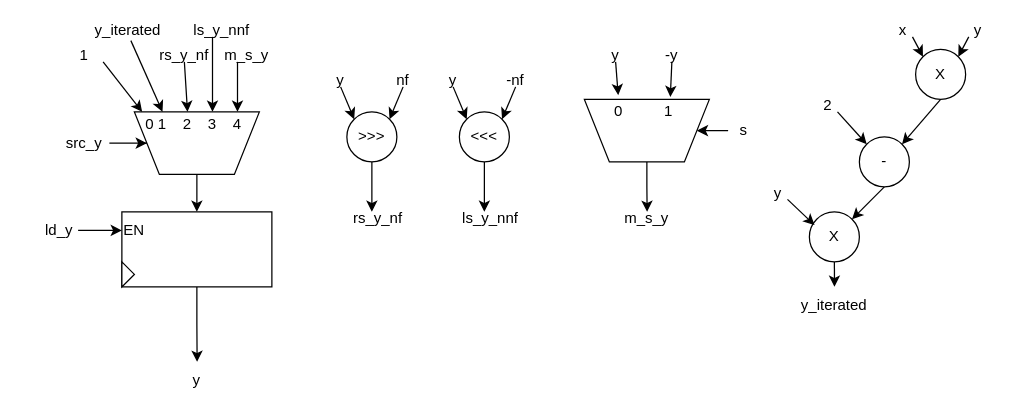
Above: DataPath_reg_y.drawio in 0xByteRush/COE302 (draw.io), before the change. Source tidied: cells renumbered, new cells numbered last; positions are measured from the earlier drawing's top-left corner, leaving out a move shared by most shapes. Both pictures are drawn from the tidied source at 125%, with x=0, y=0 at pixel (21, 24).
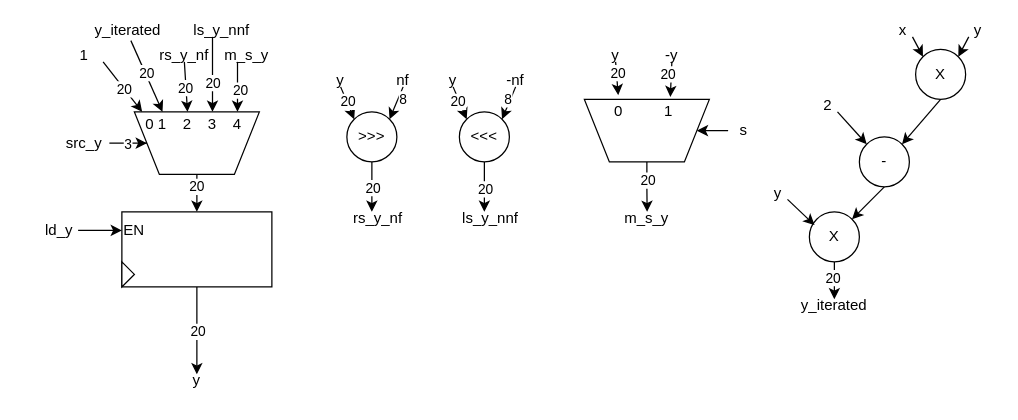
After the change.

The change refers to these unchanged cells:
```xml
<mxCell id="3" style="rounded=0;whiteSpace=wrap;html=1;" parent="1" vertex="1">
  <mxGeometry x="80" y="150" width="120" height="60" as="geometry" />
</mxCell>
<mxCell id="9" style="edgeStyle=orthogonalEdgeStyle;rounded=0;jettySize=auto;html=1;exitX=0.5;exitY=0;exitDx=0;exitDy=0;entryX=0.5;entryY=0;entryDx=0;entryDy=0;" parent="1" edge="1" source="10" target="3">
  <mxGeometry relative="1" as="geometry" />
</mxCell>
<mxCell id="11" style="edgeStyle=orthogonalEdgeStyle;rounded=0;jettySize=auto;html=1;exitX=1;exitY=0.5;exitDx=0;exitDy=0;" parent="1" edge="1" source="12" target="10">
  <mxGeometry relative="1" as="geometry" />
</mxCell>
<mxCell id="13" style="rounded=0;jettySize=auto;html=1;entryX=0.5;entryY=0;entryDx=0;entryDy=0;exitX=0.573;exitY=1.3;exitDx=0;exitDy=0;exitPerimeter=0;" parent="1" edge="1" source="64" target="14">
  <mxGeometry relative="1" as="geometry" />
</mxCell>
<mxCell id="18" style="edgeStyle=orthogonalEdgeStyle;rounded=0;jettySize=auto;html=1;exitX=0.5;exitY=1;exitDx=0;exitDy=0;" parent="1" edge="1" source="19">
  <mxGeometry relative="1" as="geometry">
    <mxPoint x="280" y="150" as="targetPoint" />
  </mxGeometry>
</mxCell>
<mxCell id="20" style="rounded=0;jettySize=auto;html=1;exitX=0.5;exitY=1;exitDx=0;exitDy=0;entryX=0;entryY=0;entryDx=0;entryDy=0;" parent="1" edge="1" source="21" target="19">
  <mxGeometry relative="1" as="geometry" />
</mxCell>
<mxCell id="22" style="rounded=0;jettySize=auto;html=1;exitX=0.5;exitY=1;exitDx=0;exitDy=0;entryX=1;entryY=0;entryDx=0;entryDy=0;" parent="1" edge="1" source="23" target="19">
  <mxGeometry relative="1" as="geometry" />
</mxCell>
<mxCell id="24" style="rounded=0;jettySize=auto;html=1;exitX=0.5;exitY=1;exitDx=0;exitDy=0;entryX=0.5;entryY=0;entryDx=0;entryDy=0;" parent="1" edge="1" source="25" target="15">
  <mxGeometry relative="1" as="geometry" />
</mxCell>
<mxCell id="27" style="edgeStyle=orthogonalEdgeStyle;rounded=0;jettySize=auto;html=1;exitX=0.5;exitY=1;exitDx=0;exitDy=0;" parent="1" edge="1" source="28">
  <mxGeometry relative="1" as="geometry">
    <mxPoint x="370" y="150" as="targetPoint" />
  </mxGeometry>
</mxCell>
<mxCell id="29" style="rounded=0;jettySize=auto;html=1;exitX=0.5;exitY=1;exitDx=0;exitDy=0;entryX=0;entryY=0;entryDx=0;entryDy=0;" parent="1" edge="1" source="30" target="28">
  <mxGeometry relative="1" as="geometry" />
</mxCell>
<mxCell id="31" style="rounded=0;jettySize=auto;html=1;exitX=0.5;exitY=1;exitDx=0;exitDy=0;entryX=1;entryY=0;entryDx=0;entryDy=0;" parent="1" edge="1" source="32" target="28">
  <mxGeometry relative="1" as="geometry" />
</mxCell>
<mxCell id="34" style="edgeStyle=orthogonalEdgeStyle;rounded=0;jettySize=auto;html=1;exitX=0.25;exitY=1;exitDx=0;exitDy=0;entryX=0.5;entryY=0;entryDx=0;entryDy=0;" parent="1" edge="1" source="35" target="16">
  <mxGeometry relative="1" as="geometry" />
</mxCell>
<mxCell id="36" style="edgeStyle=orthogonalEdgeStyle;rounded=0;jettySize=auto;html=1;exitX=0.5;exitY=0;exitDx=0;exitDy=0;" parent="1" edge="1" source="37">
  <mxGeometry relative="1" as="geometry">
    <mxPoint x="500.2" y="150" as="targetPoint" />
  </mxGeometry>
</mxCell>
<mxCell id="39" style="edgeStyle=orthogonalEdgeStyle;rounded=0;jettySize=auto;html=1;exitX=0.25;exitY=1;exitDx=0;exitDy=0;entryX=0.5;entryY=0;entryDx=0;entryDy=0;" parent="1" edge="1" source="40" target="17">
  <mxGeometry relative="1" as="geometry" />
</mxCell>
<mxCell id="46" style="rounded=0;jettySize=auto;html=1;exitX=0.5;exitY=1;exitDx=0;exitDy=0;entryX=0.482;entryY=-0.17;entryDx=0;entryDy=0;entryPerimeter=0;" parent="1" edge="1" source="45" target="43">
  <mxGeometry relative="1" as="geometry" />
</mxCell>
<mxCell id="48" style="rounded=0;jettySize=auto;html=1;exitX=0.5;exitY=1;exitDx=0;exitDy=0;entryX=0.55;entryY=-0.096;entryDx=0;entryDy=0;entryPerimeter=0;" parent="1" edge="1" source="47" target="44">
  <mxGeometry relative="1" as="geometry" />
</mxCell>
<mxCell id="52" value="X" style="ellipse;whiteSpace=wrap;html=1;" parent="1" vertex="1">
  <mxGeometry x="630" y="150" width="40" height="40" as="geometry" />
</mxCell>
<mxCell id="63" value="y_iterated" style="text;html=1;whiteSpace=wrap;strokeColor=none;fillColor=none;align=center;verticalAlign=middle;rounded=0;" parent="1" vertex="1">
  <mxGeometry x="635" y="220" width="30" height="10" as="geometry" />
</mxCell>
<mxCell id="66" style="rounded=0;jettySize=auto;html=1;exitX=1;exitY=1;exitDx=0;exitDy=0;entryX=0.25;entryY=0;entryDx=0;entryDy=0;" parent="1" edge="1" source="67" target="65">
  <mxGeometry relative="1" as="geometry" />
</mxCell>
```

Diff of the diagram source:
```diff
@@
-    <mxCell id="2" style="edgeStyle=orthogonalEdgeStyle;rounded=0;jettySize=auto;html=1;exitX=0.5;exitY=1;exitDx=0;exitDy=0;" parent="1" edge="1" source="3">
-      <mxGeometry relative="1" as="geometry">
-        <mxPoint x="140.2" y="270" as="targetPoint" />
-      </mxGeometry>
-    </mxCell>
@@
+    <mxCell id="68" value="20" style="edgeLabel;html=1;align=center;verticalAlign=middle;" parent="9" vertex="1">
+      <mxGeometry x="-0.39" y="-1" relative="1" as="geometry" />
+    </mxCell>
@@
+    <mxCell id="69" value="3" style="edgeLabel;html=1;align=center;verticalAlign=middle;" parent="11" vertex="1">
+      <mxGeometry x="-0.11" relative="1" as="geometry" />
+    </mxCell>
@@
+    <mxCell id="70" value="20" style="edgeLabel;html=1;align=center;verticalAlign=middle;" parent="13" vertex="1">
+      <mxGeometry x="-0.09" y="1" relative="1" as="geometry" />
+    </mxCell>
@@
+    <mxCell id="71" value="20" style="edgeLabel;html=1;align=center;verticalAlign=middle;" parent="18" vertex="1">
+      <mxGeometry x="0.02" relative="1" as="geometry" />
+    </mxCell>
@@
+    <mxCell id="72" value="20" style="edgeLabel;html=1;align=center;verticalAlign=middle;" parent="20" vertex="1">
+      <mxGeometry x="-0.05" relative="1" as="geometry" />
+    </mxCell>
@@
+    <mxCell id="73" value="8" style="edgeLabel;html=1;align=center;verticalAlign=middle;" parent="22" vertex="1">
+      <mxGeometry x="-0.35" y="3" relative="1" as="geometry" />
+    </mxCell>
@@
+    <mxCell id="74" value="20" style="edgeLabel;html=1;align=center;verticalAlign=middle;" parent="24" vertex="1">
+      <mxGeometry x="-0.02" y="-1" relative="1" as="geometry" />
+    </mxCell>
@@
+    <mxCell id="75" value="20" style="edgeLabel;html=1;align=center;verticalAlign=middle;" parent="27" vertex="1">
+      <mxGeometry x="0.11" relative="1" as="geometry" />
+    </mxCell>
@@
+    <mxCell id="76" value="20" style="edgeLabel;html=1;align=center;verticalAlign=middle;" parent="29" vertex="1">
+      <mxGeometry x="-0.14" y="-1" relative="1" as="geometry" />
+    </mxCell>
@@
+    <mxCell id="77" value="8" style="edgeLabel;html=1;align=center;verticalAlign=middle;" parent="31" vertex="1">
+      <mxGeometry x="-0.18" y="-2" relative="1" as="geometry" />
+    </mxCell>
@@
+    <mxCell id="78" value="20" style="edgeLabel;html=1;align=center;verticalAlign=middle;" parent="34" vertex="1">
+      <mxGeometry x="0.2" relative="1" as="geometry" />
+    </mxCell>
@@
+    <mxCell id="79" value="20" style="edgeLabel;html=1;align=center;verticalAlign=middle;" parent="36" vertex="1">
+      <mxGeometry x="-0.31" relative="1" as="geometry" />
+    </mxCell>
@@
+    <mxCell id="80" value="20" style="edgeLabel;html=1;align=center;verticalAlign=middle;" parent="39" vertex="1">
+      <mxGeometry x="0.11" y="2" relative="1" as="geometry" />
+    </mxCell>
@@
+    <mxCell id="81" value="20" style="edgeLabel;html=1;align=center;verticalAlign=middle;" parent="46" vertex="1">
+      <mxGeometry x="-0.3" y="1" relative="1" as="geometry" />
+    </mxCell>
@@
+    <mxCell id="82" value="20" style="edgeLabel;html=1;align=center;verticalAlign=middle;" parent="48" vertex="1">
+      <mxGeometry x="-0.28" y="-2" relative="1" as="geometry">
+        <mxPoint x="-1" as="offset" />
+      </mxGeometry>
+    </mxCell>
@@
-    <mxCell id="51" style="edgeStyle=orthogonalEdgeStyle;rounded=0;jettySize=auto;html=1;exitX=0.5;exitY=1;exitDx=0;exitDy=0;" parent="1" edge="1" source="52">
-      <mxGeometry relative="1" as="geometry">
-        <mxPoint x="650.1" y="210" as="targetPoint" />
-      </mxGeometry>
+    <mxCell id="51" style="edgeStyle=orthogonalEdgeStyle;rounded=0;jettySize=auto;html=1;exitX=0.5;exitY=1;exitDx=0;exitDy=0;entryX=0.5;entryY=0;entryDx=0;entryDy=0;" parent="1" edge="1" source="52" target="63">
+      <mxGeometry relative="1" as="geometry" />
     </mxCell>
+    <mxCell id="83" value="20" style="edgeLabel;html=1;align=center;verticalAlign=middle;" parent="51" vertex="1">
+      <mxGeometry x="-0.19" y="-2" relative="1" as="geometry" />
+    </mxCell>
@@
+    <mxCell id="84" value="20" style="edgeLabel;html=1;align=center;verticalAlign=middle;" parent="66" vertex="1">
+      <mxGeometry x="0.08" relative="1" as="geometry" />
+    </mxCell>
@@
+    <mxCell id="85" style="endArrow=classic;html=1;rounded=0;" parent="1" edge="1">
+      <mxGeometry relative="1" as="geometry">
+        <mxPoint x="140" y="210" as="sourcePoint" />
+        <mxPoint x="140" y="280" as="targetPoint" />
+      </mxGeometry>
+    </mxCell>
+    <mxCell id="86" value="20" style="edgeLabel;html=1;align=center;verticalAlign=middle;" parent="85" vertex="1">
+      <mxGeometry relative="1" as="geometry" />
+    </mxCell>
```
